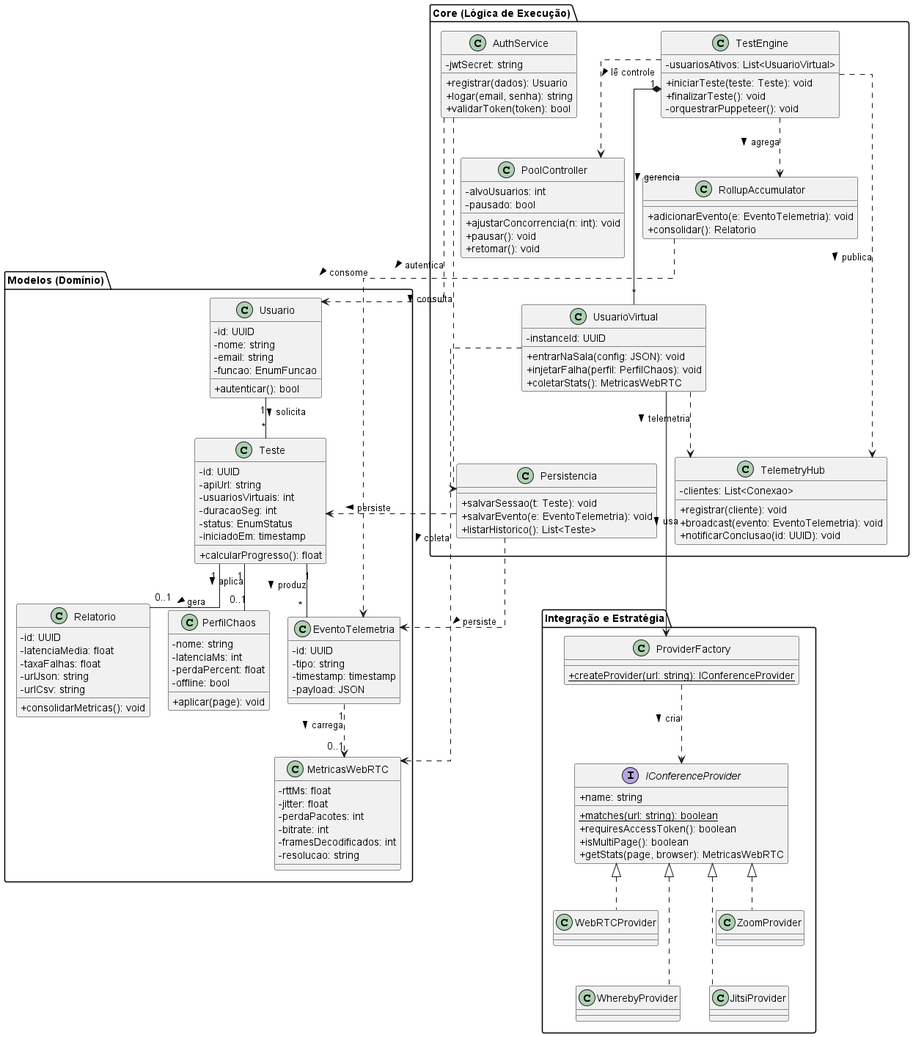
This is Artefatos/DiagramaDeClasses.png from ICEI-PUC-Minas-PPLES-TI/plf-es-2025-2-tcci-0393100-dev-rafael-parreira, a PlantUML export, as it was before one commit.
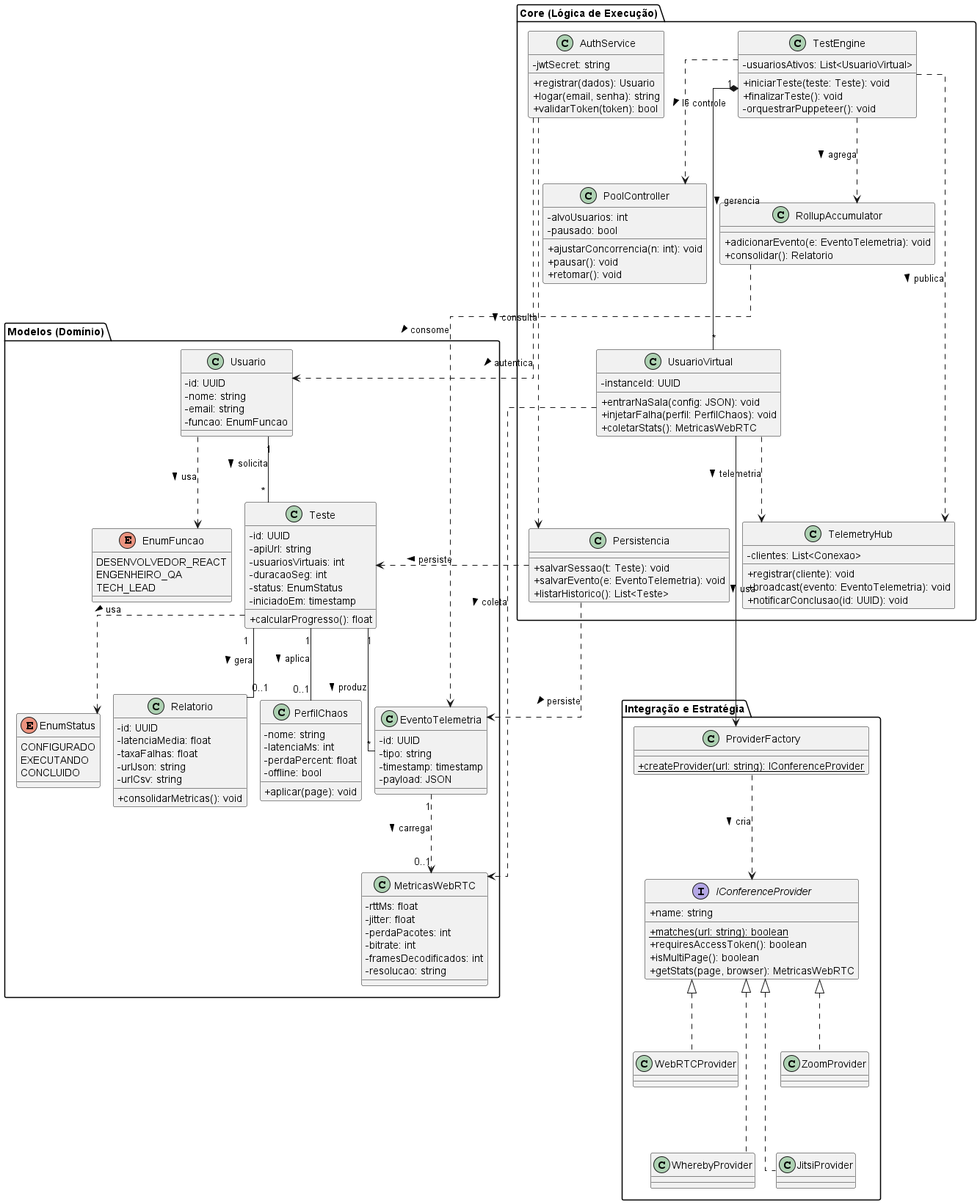
Later version of the same file.

Commit message:
docs: aplica ajustes da banca no diagrama de classes

Remove a operacao autenticar de Usuario (autenticacao e responsabilidade
da AuthService), adiciona os enums EnumFuncao e EnumStatus antes citados
mas nao representados, e deixa o diagrama em formato mais vertical.
Atualiza o Projeto-TCC2 correspondente.

What changed in the source:
```diff
@@ -1,8 +1,8 @@
 @startuml
 skinparam linetype ortho
 skinparam classAttributeIconSize 0
-skinparam nodesep 25
-skinparam ranksep 55
+skinparam nodesep 18
+skinparam ranksep 90
 skinparam shadowing false
 
 package "Modelos (Domínio)" {
@@ -11,7 +11,18 @@
       - nome: string
       - email: string
       - funcao: EnumFuncao
-      + autenticar(): bool
+    }
+
+    enum EnumFuncao {
+      DESENVOLVEDOR_REACT
+      ENGENHEIRO_QA
+      TECH_LEAD
+    }
+
+    enum EnumStatus {
+      CONFIGURADO
+      EXECUTANDO
+      CONCLUIDO
     }
 
     class Teste {
@@ -126,6 +137,9 @@
     class ZoomProvider implements IConferenceProvider
 }
 
+Usuario ..> EnumFuncao : usa >
+Teste ..> EnumStatus : usa >
+
 Usuario "1" -- "*" Teste : solicita >
 Teste "1" -- "0..1" Relatorio : gera >
 Teste "1" -- "*" EventoTelemetria : produz >
@@ -159,4 +173,7 @@
 
 ZoomProvider -[hidden]down- JitsiProvider
 WebRTCProvider -[hidden]down- WherebyProvider
+
+Usuario -[hidden]down- EnumFuncao
+EnumFuncao -[hidden]down- EnumStatus
 @enduml
```
